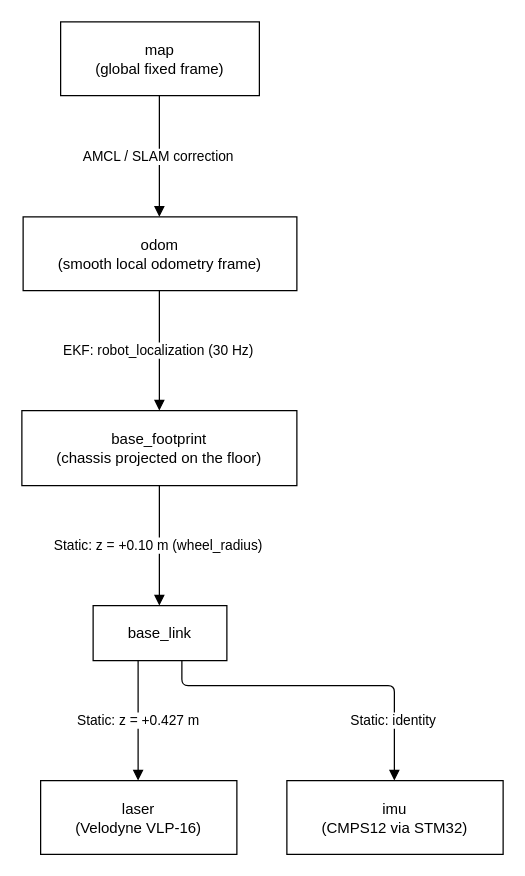
itbdelaboprogramming/msd700_documentation keeps this draw.io diagram as docs/development/ros/diagrams/tf-transforms-coordinate-frame-hierarchy-tf-tree.drawio. Above is the earlier version. Source tidied: cells renumbered, new cells numbered last; positions are measured from the earlier drawing's top-left corner, leaving out a move shared by most shapes. Both pictures are drawn from the tidied source at 125%, with x=0, y=0 at pixel (21, 21).
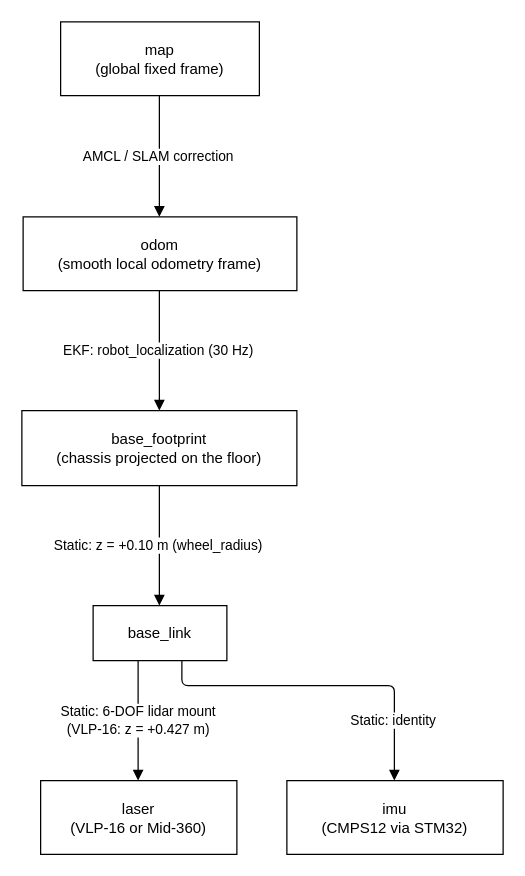
The same diagram, later.

Change to the diagram source:
```diff
@@
 <mxGraphModel>
   <root>
     <mxCell id="0" />
     <mxCell id="1" parent="0" />
     <mxCell id="2" value="map&lt;br&gt;(global fixed frame)" style="html=1;whiteSpace=wrap;fillColor=#ffffff;strokeColor=#000000;rounded=0;fontFamily=Helvetica;fontSize=12;fontColor=#000000;" parent="1" vertex="1">
       <mxGeometry x="31" width="159" height="59" as="geometry" />
     </mxCell>
     <mxCell id="3" value="odom&lt;br&gt;(smooth local odometry frame)" style="html=1;whiteSpace=wrap;fillColor=#ffffff;strokeColor=#000000;rounded=0;fontFamily=Helvetica;fontSize=12;fontColor=#000000;" parent="1" vertex="1">
       <mxGeometry x="1" y="156" width="219" height="59" as="geometry" />
     </mxCell>
     <mxCell id="4" value="base_footprint&lt;br&gt;(chassis projected on the floor)" style="html=1;whiteSpace=wrap;fillColor=#ffffff;strokeColor=#000000;rounded=0;fontFamily=Helvetica;fontSize=12;fontColor=#000000;" parent="1" vertex="1">
       <mxGeometry y="311" width="220" height="60" as="geometry" />
     </mxCell>
     <mxCell id="5" value="base_link" style="html=1;whiteSpace=wrap;fillColor=#ffffff;strokeColor=#000000;rounded=0;fontFamily=Helvetica;fontSize=12;fontColor=#000000;" parent="1" vertex="1">
       <mxGeometry x="57" y="467" width="107" height="44" as="geometry" />
     </mxCell>
-    <mxCell id="6" value="laser&lt;br&gt;(Velodyne VLP-16)" style="html=1;whiteSpace=wrap;fillColor=#ffffff;strokeColor=#000000;rounded=0;fontFamily=Helvetica;fontSize=12;fontColor=#000000;" parent="1" vertex="1">
+    <mxCell id="6" value="laser&lt;br&gt;(VLP-16 or Mid-360)" style="html=1;whiteSpace=wrap;fillColor=#ffffff;strokeColor=#000000;rounded=0;fontFamily=Helvetica;fontSize=12;fontColor=#000000;" parent="1" vertex="1">
       <mxGeometry x="15" y="607" width="157" height="59" as="geometry" />
     </mxCell>
     <mxCell id="7" value="imu&lt;br&gt;(CMPS12 via STM32)" style="html=1;whiteSpace=wrap;fillColor=#ffffff;strokeColor=#000000;rounded=0;fontFamily=Helvetica;fontSize=12;fontColor=#000000;" parent="1" vertex="1">
       <mxGeometry x="212" y="607" width="173" height="59" as="geometry" />
     </mxCell>
     <mxCell id="8" value="AMCL / SLAM correction" style="edgeStyle=orthogonalEdgeStyle;rounded=1;arcSize=10;html=1;fontFamily=Helvetica;fontSize=11;labelBackgroundColor=#ffffff;strokeColor=#000000;startArrow=none;endArrow=block;endFill=1;endSize=6;exitX=0.4969;exitY=1;exitDx=0;exitDy=0;exitPerimeter=0;entryX=0.4977;entryY=0;entryDx=0;entryDy=0;entryPerimeter=0;" parent="1" edge="1" source="2" target="3">
       <mxGeometry relative="1" as="geometry">
         <mxPoint x="-1" as="offset" />
       </mxGeometry>
     </mxCell>
     <mxCell id="9" value="EKF: robot_localization (30 Hz)" style="edgeStyle=orthogonalEdgeStyle;rounded=1;arcSize=10;html=1;fontFamily=Helvetica;fontSize=11;labelBackgroundColor=#ffffff;strokeColor=#000000;startArrow=none;endArrow=block;endFill=1;endSize=6;exitX=0.4977;exitY=1;exitDx=0;exitDy=0;exitPerimeter=0;entryX=0.5;entryY=0;entryDx=0;entryDy=0;entryPerimeter=0;" parent="1" edge="1" source="3" target="4">
       <mxGeometry relative="1" as="geometry">
         <mxPoint x="-1" as="offset" />
       </mxGeometry>
     </mxCell>
     <mxCell id="10" value="Static: z = +0.10 m (wheel_radius)" style="edgeStyle=orthogonalEdgeStyle;rounded=1;arcSize=10;html=1;fontFamily=Helvetica;fontSize=11;labelBackgroundColor=#ffffff;strokeColor=#000000;startArrow=none;endArrow=block;endFill=1;endSize=6;exitX=0.5;exitY=1;exitDx=0;exitDy=0;exitPerimeter=0;entryX=0.4953;entryY=0;entryDx=0;entryDy=0;entryPerimeter=0;" parent="1" edge="1" source="4" target="5">
       <mxGeometry relative="1" as="geometry">
         <mxPoint x="-1" as="offset" />
       </mxGeometry>
     </mxCell>
-    <mxCell id="11" value="Static: z = +0.427 m" style="edgeStyle=orthogonalEdgeStyle;rounded=1;arcSize=10;html=1;fontFamily=Helvetica;fontSize=11;labelBackgroundColor=#ffffff;strokeColor=#000000;startArrow=none;endArrow=block;endFill=1;endSize=6;exitX=0.3364;exitY=1;exitDx=0;exitDy=0;exitPerimeter=0;entryX=0.4968;entryY=0;entryDx=0;entryDy=0;entryPerimeter=0;" parent="1" edge="1" source="5" target="6">
+    <mxCell id="11" value="Static: 6-DOF lidar mount&lt;br&gt;(VLP-16: z = +0.427 m)" style="edgeStyle=orthogonalEdgeStyle;rounded=1;arcSize=10;html=1;fontFamily=Helvetica;fontSize=11;labelBackgroundColor=#ffffff;strokeColor=#000000;startArrow=none;endArrow=block;endFill=1;endSize=6;exitX=0.3364;exitY=1;exitDx=0;exitDy=0;exitPerimeter=0;entryX=0.4968;entryY=0;entryDx=0;entryDy=0;entryPerimeter=0;" parent="1" edge="1" source="5" target="6">
       <mxGeometry relative="1" as="geometry" />
     </mxCell>
     <mxCell id="12" value="Static: identity" style="edgeStyle=orthogonalEdgeStyle;rounded=1;arcSize=10;html=1;fontFamily=Helvetica;fontSize=11;labelBackgroundColor=#ffffff;strokeColor=#000000;startArrow=none;endArrow=block;endFill=1;endSize=6;exitX=0.6636;exitY=1;exitDx=0;exitDy=0;exitPerimeter=0;entryX=0.4971;entryY=0;entryDx=0;entryDy=0;entryPerimeter=0;" parent="1" edge="1" source="5" target="7">
       <mxGeometry x="0.64" relative="1" as="geometry">
         <Array as="points">
           <mxPoint x="128" y="531" />
           <mxPoint x="298" y="531" />
         </Array>
         <mxPoint x="-1" as="offset" />
       </mxGeometry>
     </mxCell>
   </root>
 </mxGraphModel>
```
